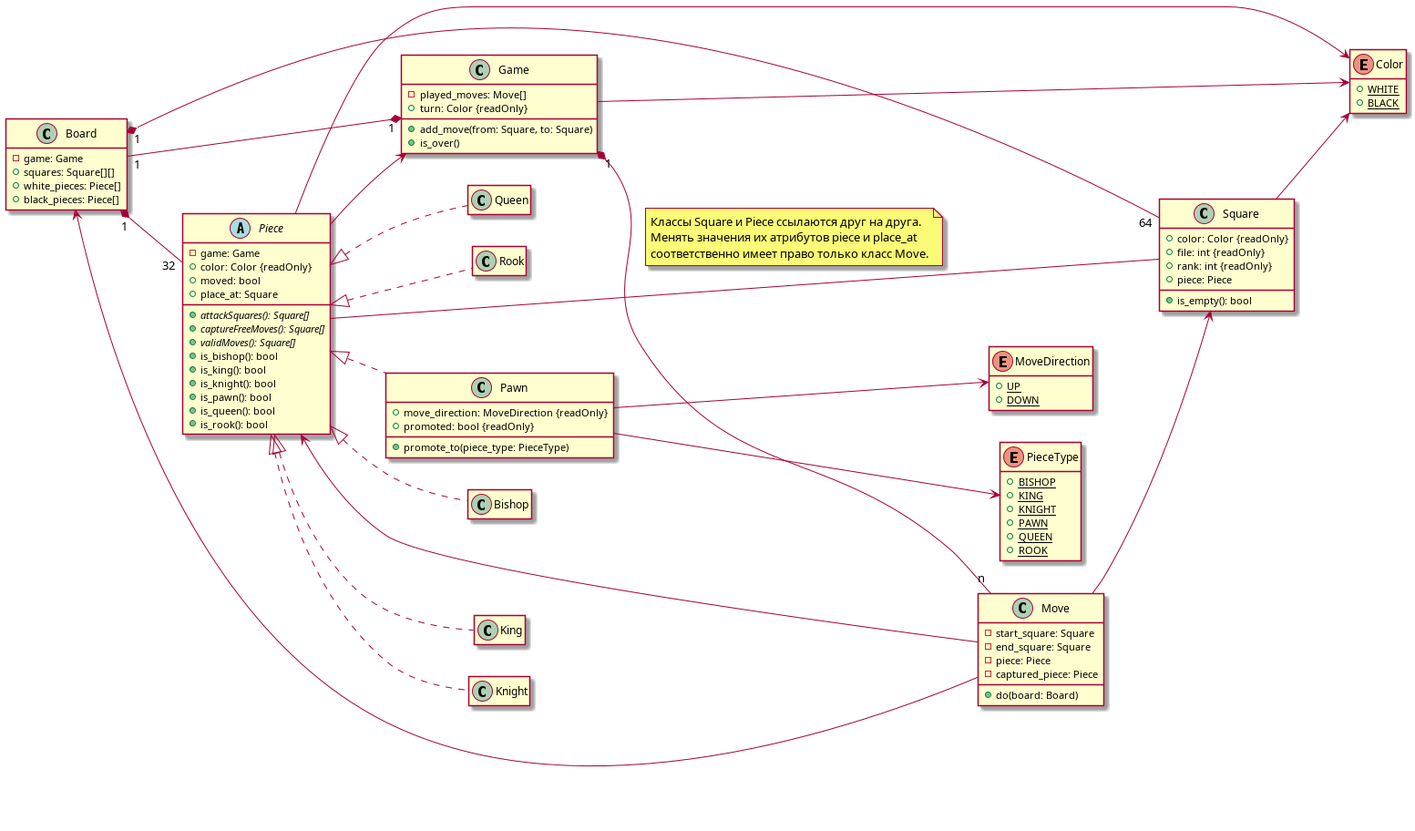
jaeshaed/531-chess keeps this PlantUML diagram as docs/chess.png. Above is the earlier version. Its source is kept beside it as docs/chess.puml. Its diagram source:
```plantuml
@startuml
left to right direction
hide empty members

class Board {
  -game: Game
  +squares: Square[][]
  +white_pieces: Piece[]
  +black_pieces: Piece[]
}
Board "1" *-- "32" Piece
Board "1" *-- "64" Square

enum Color {
  {static} + WHITE
  {static} + BLACK
}

class Game {
  -played_moves: Move[]
  +turn: Color {readOnly}
  +add_move(from: Square, to: Square)
  +is_over()
}
Game --> Color
Game "1" *-- "1" Board
Game "1" *-- "n" Move

class Move {
  -start_square: Square
  -end_square: Square
  -piece: Piece
  -captured_piece: Piece
  +do(board: Board)
}
Move --> Piece
Move --> Square
Move --> Board

enum MoveDirection {
  {static} + UP
  {static} + DOWN
}

class Pawn {
  +move_direction: MoveDirection {readOnly}
  +promoted: bool {readOnly}
  +promote_to(piece_type: PieceType)
}
Pawn --> MoveDirection
Pawn --> PieceType

abstract class Piece {
  -game: Game
  +color: Color {readOnly}
  +moved: bool
  +place_at: Square
  {abstract} +attackSquares(): Square[]
  {abstract} +captureFreeMoves(): Square[]
  {abstract} +validMoves(): Square[]
  +is_bishop(): bool
  +is_king(): bool
  +is_knight(): bool
  +is_pawn(): bool
  +is_queen(): bool
  +is_rook(): bool
}
Piece --> Color
Piece <|.. Bishop
Piece <|.. King
Piece <|.. Knight
Piece <|.. Queen
Piece <|.. Rook
Piece <|.. Pawn
Piece --> Game

enum PieceType {
  {static} +BISHOP
  {static} +KING
  {static} +KNIGHT
  {static} +PAWN
  {static} +QUEEN
  {static} +ROOK
}

class Square {
  +color: Color {readOnly}
  +file: int {readOnly}
  +rank: int {readOnly}
  +piece: Piece
  +is_empty(): bool
}
Square --> Color
Square -- Piece
note on link
  Классы Square и Piece ссылаются друг на друга.
  Менять значения их атрибутов piece и place_at
  соответственно имеет право только класс Move.
end note
@enduml
```
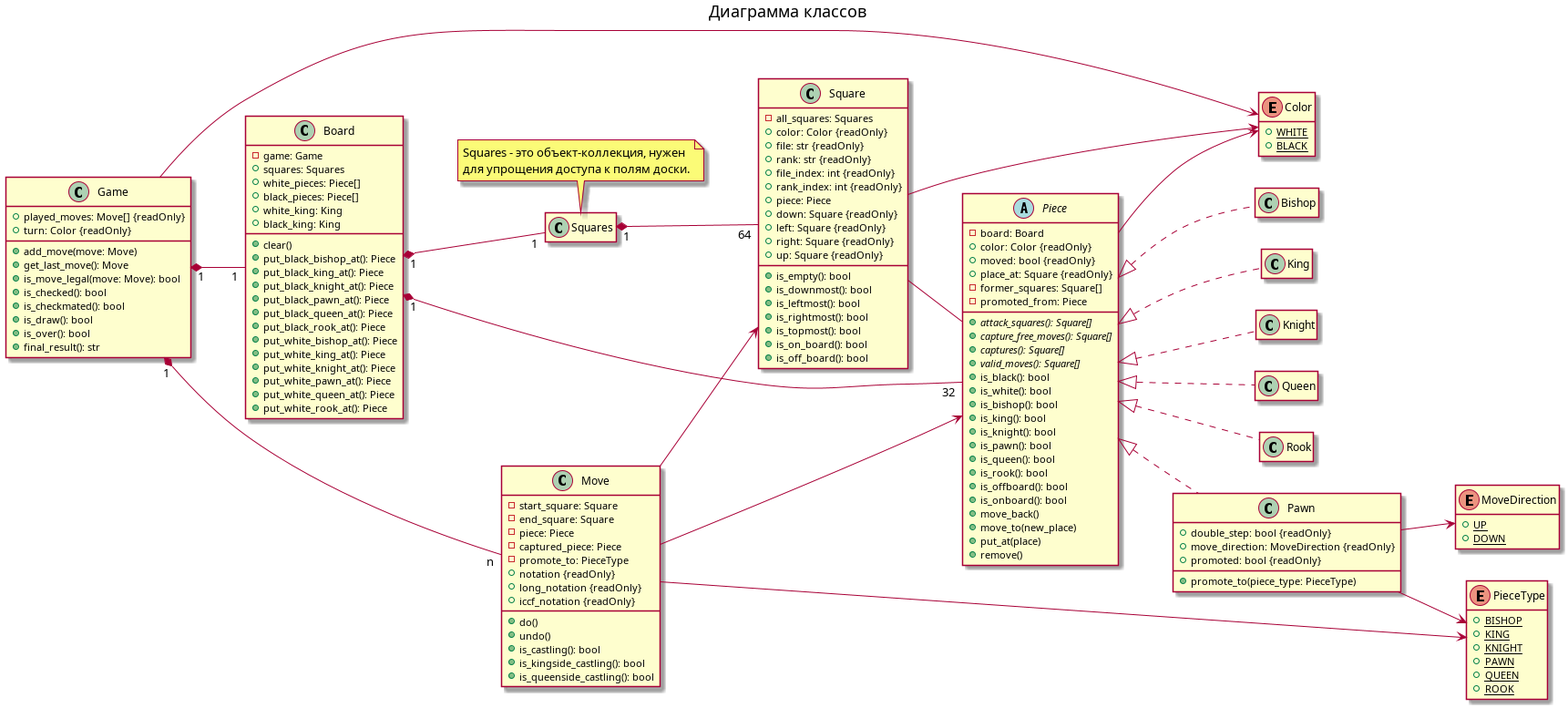
After the commit.

What changed in the source:
```diff
@@ -1,15 +1,36 @@
 @startuml
 left to right direction
 hide empty members
+title Диаграмма классов
 
 class Board {
   -game: Game
-  +squares: Square[][]
+  +squares: Squares
   +white_pieces: Piece[]
   +black_pieces: Piece[]
+  +white_king: King
+  +black_king: King
+  +clear()
+  +put_black_bishop_at(): Piece
+  +put_black_king_at(): Piece
+  +put_black_knight_at(): Piece
+  +put_black_pawn_at(): Piece
+  +put_black_queen_at(): Piece
+  +put_black_rook_at(): Piece
+  +put_white_bishop_at(): Piece
+  +put_white_king_at(): Piece
+  +put_white_knight_at(): Piece
+  +put_white_pawn_at(): Piece
+  +put_white_queen_at(): Piece
+  +put_white_rook_at(): Piece
 }
 Board "1" *-- "32" Piece
-Board "1" *-- "64" Square
+Board "1" *-- "1" Squares
+Squares "1" *-- "64" Square
+note top of Squares
+  Squares - это объект-коллекция, нужен
+  для упрощения доступа к полям доски.
+end note
 
 enum Color {
   {static} + WHITE
@@ -17,10 +38,16 @@
 }
 
 class Game {
-  -played_moves: Move[]
+  +played_moves: Move[] {readOnly}
   +turn: Color {readOnly}
-  +add_move(from: Square, to: Square)
-  +is_over()
+  +add_move(move: Move)
+  +get_last_move(): Move
+  +is_move_legal(move: Move): bool
+  +is_checked(): bool
+  +is_checkmated(): bool
+  +is_draw(): bool
+  +is_over(): bool
+  +final_result(): str
 }
 Game --> Color
 Game "1" *-- "1" Board
@@ -31,11 +58,19 @@
   -end_square: Square
   -piece: Piece
   -captured_piece: Piece
-  +do(board: Board)
+  -promote_to: PieceType
+  +notation {readOnly}
+  +long_notation {readOnly}
+  +iccf_notation {readOnly}
+  +do()
+  +undo()
+  +is_castling(): bool
+  +is_kingside_castling(): bool
+  +is_queenside_castling(): bool
 }
 Move --> Piece
+Move --> PieceType
 Move --> Square
-Move --> Board
 
 enum MoveDirection {
   {static} + UP
@@ -43,6 +78,7 @@
 }
 
 class Pawn {
+  +double_step: bool {readOnly}
   +move_direction: MoveDirection {readOnly}
   +promoted: bool {readOnly}
   +promote_to(piece_type: PieceType)
@@ -51,19 +87,30 @@
 Pawn --> PieceType
 
 abstract class Piece {
-  -game: Game
+  -board: Board
   +color: Color {readOnly}
-  +moved: bool
-  +place_at: Square
-  {abstract} +attackSquares(): Square[]
-  {abstract} +captureFreeMoves(): Square[]
-  {abstract} +validMoves(): Square[]
+  +moved: bool {readOnly}
+  +place_at: Square {readOnly}
+  -former_squares: Square[]
+  -promoted_from: Piece
+  {abstract} +attack_squares(): Square[]
+  {abstract} +capture_free_moves(): Square[]
+  {abstract} +captures(): Square[]
+  {abstract} +valid_moves(): Square[]
+  +is_black(): bool
+  +is_white(): bool
   +is_bishop(): bool
   +is_king(): bool
   +is_knight(): bool
   +is_pawn(): bool
   +is_queen(): bool
   +is_rook(): bool
+  +is_offboard(): bool
+  +is_onboard(): bool
+  +move_back()
+  +move_to(new_place)
+  +put_at(place)
+  +remove()
 }
 Piece --> Color
 Piece <|.. Bishop
@@ -72,7 +119,6 @@
 Piece <|.. Queen
 Piece <|.. Rook
 Piece <|.. Pawn
-Piece --> Game
 
 enum PieceType {
   {static} +BISHOP
@@ -84,17 +130,25 @@
 }
 
 class Square {
+  -all_squares: Squares
   +color: Color {readOnly}
-  +file: int {readOnly}
-  +rank: int {readOnly}
+  +file: str {readOnly}
+  +rank: str {readOnly}
+  +file_index: int {readOnly}
+  +rank_index: int {readOnly}
   +piece: Piece
+  +down: Square {readOnly}
+  +left: Square {readOnly}
+  +right: Square {readOnly}
+  +up: Square {readOnly}
   +is_empty(): bool
+  +is_downmost(): bool
+  +is_leftmost(): bool
+  +is_rightmost(): bool
+  +is_topmost(): bool
+  +is_on_board(): bool
+  +is_off_board(): bool
 }
 Square --> Color
 Square -- Piece
-note on link
-  Классы Square и Piece ссылаются друг на друга.
-  Менять значения их атрибутов piece и place_at
-  соответственно имеет право только класс Move.
-end note
 @enduml
```
